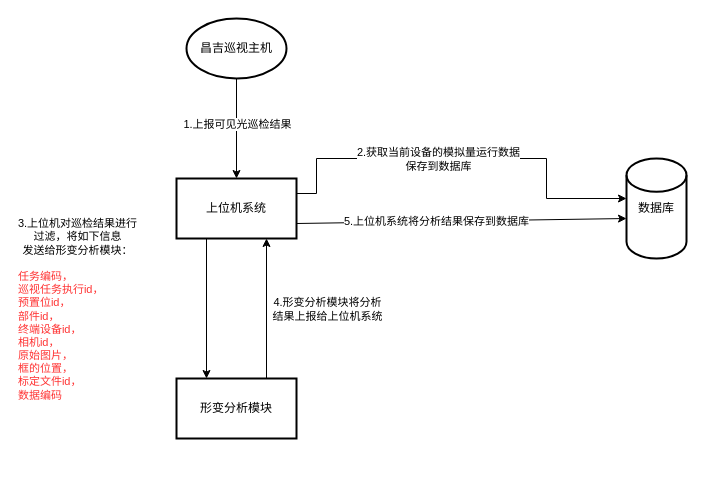
The draw.io diagram 昌吉形变分析流程.drawio in wangyufei0807/draw, before the edit. Source tidied: cells renumbered, new cells numbered last; positions are measured from the earlier drawing's top-left corner, leaving out a move shared by most shapes. Both pictures are drawn from the tidied source at 100%, with x=0, y=0 at pixel (176, 18).
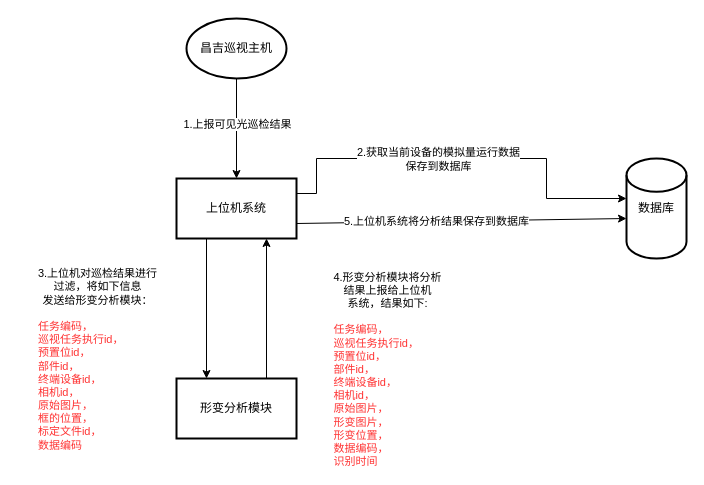
After the change.

Commit message:
Update 昌吉形变分析流程.drawio

The change refers to these unchanged cells:
```xml
<mxCell id="5" style="edgeStyle=orthogonalEdgeStyle;rounded=0;jettySize=auto;html=1;exitX=0.25;exitY=1;exitDx=0;exitDy=0;entryX=0.25;entryY=0;entryDx=0;entryDy=0;" parent="1" edge="1" source="11" target="14">
  <mxGeometry relative="1" as="geometry" />
</mxCell>
<mxCell id="12" style="edgeStyle=orthogonalEdgeStyle;rounded=0;jettySize=auto;html=1;exitX=0.75;exitY=0;exitDx=0;exitDy=0;entryX=0.75;entryY=1;entryDx=0;entryDy=0;" parent="1" edge="1" source="14" target="11">
  <mxGeometry relative="1" as="geometry" />
</mxCell>
```

What changed in the source:
```diff
@@
     <mxCell id="6" value="3.上位机对巡检结果进行&lt;br&gt;过滤，将如下信息&lt;br&gt;发送给形变分析模块：&lt;br&gt;&lt;br&gt;&lt;span style=&quot;color: rgb(255 , 51 , 51)&quot;&gt;&lt;div style=&quot;text-align: left&quot;&gt;任务编码，&lt;/div&gt;&lt;div style=&quot;text-align: left&quot;&gt;巡视任务执行id，&lt;/div&gt;&lt;/span&gt;&lt;span style=&quot;color: rgb(255 , 51 , 51)&quot;&gt;&lt;div style=&quot;text-align: left&quot;&gt;预置位id，&lt;/div&gt;&lt;div style=&quot;text-align: left&quot;&gt;部件id，&lt;/div&gt;&lt;/span&gt;&lt;span style=&quot;color: rgb(255 , 51 , 51)&quot;&gt;&lt;div style=&quot;text-align: left&quot;&gt;终端设备id，&lt;/div&gt;&lt;/span&gt;&lt;span style=&quot;color: rgb(255 , 51 , 51)&quot;&gt;&lt;div style=&quot;text-align: left&quot;&gt;相机id，&lt;/div&gt;&lt;div style=&quot;text-align: left&quot;&gt;原始图片，&lt;/div&gt;&lt;/span&gt;&lt;span style=&quot;color: rgb(255 , 51 , 51)&quot;&gt;&lt;div style=&quot;text-align: left&quot;&gt;框的位置，&lt;/div&gt;&lt;div style=&quot;text-align: left&quot;&gt;标定文件id，&lt;/div&gt;&lt;/span&gt;&lt;span style=&quot;color: rgb(255 , 51 , 51)&quot;&gt;&lt;div style=&quot;text-align: left&quot;&gt;数据编码&lt;/div&gt;&lt;/span&gt;" style="edgeLabel;html=1;align=center;verticalAlign=middle;" parent="5" vertex="1">
       <mxGeometry x="-0.07" relative="1" as="geometry">
-        <mxPoint x="-130" y="5" as="offset" />
+        <mxPoint x="-110" y="55" as="offset" />
       </mxGeometry>
     </mxCell>
@@
-    <mxCell id="13" value="4.形变分析模块将分析&lt;br&gt;结果上报给上位机系统" style="edgeLabel;html=1;align=center;verticalAlign=middle;" parent="12" vertex="1">
+    <mxCell id="13" value="4.形变分析模块将分析&lt;br&gt;结果上报给上位机&lt;br&gt;系统，结果如下:&lt;br&gt;&lt;br&gt;&lt;span style=&quot;color: rgb(255 , 51 , 51)&quot;&gt;&lt;div style=&quot;text-align: left&quot;&gt;任务编码，&lt;/div&gt;&lt;div style=&quot;text-align: left&quot;&gt;巡视任务执行id，&lt;/div&gt;&lt;/span&gt;&lt;span style=&quot;color: rgb(255 , 51 , 51)&quot;&gt;&lt;div style=&quot;text-align: left&quot;&gt;预置位id，&lt;/div&gt;&lt;div style=&quot;text-align: left&quot;&gt;部件id，&lt;/div&gt;&lt;/span&gt;&lt;span style=&quot;color: rgb(255 , 51 , 51)&quot;&gt;&lt;div style=&quot;text-align: left&quot;&gt;终端设备id，&lt;/div&gt;&lt;/span&gt;&lt;span style=&quot;color: rgb(255 , 51 , 51)&quot;&gt;&lt;div style=&quot;text-align: left&quot;&gt;相机id，&lt;/div&gt;&lt;div style=&quot;text-align: left&quot;&gt;原始图片，&lt;/div&gt;&lt;div style=&quot;text-align: left&quot;&gt;形变图片，&lt;/div&gt;&lt;/span&gt;&lt;span style=&quot;color: rgb(255 , 51 , 51)&quot;&gt;&lt;div style=&quot;text-align: left&quot;&gt;形变位置，&lt;/div&gt;&lt;/span&gt;&lt;span style=&quot;color: rgb(255 , 51 , 51)&quot;&gt;&lt;div style=&quot;text-align: left&quot;&gt;数据编码，&lt;/div&gt;&lt;div style=&quot;text-align: left&quot;&gt;识别时间&lt;/div&gt;&lt;/span&gt;" style="edgeLabel;html=1;align=center;verticalAlign=middle;" parent="12" vertex="1">
       <mxGeometry x="0.03" relative="1" as="geometry">
-        <mxPoint x="60" y="2" as="offset" />
+        <mxPoint x="120" y="62" as="offset" />
       </mxGeometry>
     </mxCell>
```
